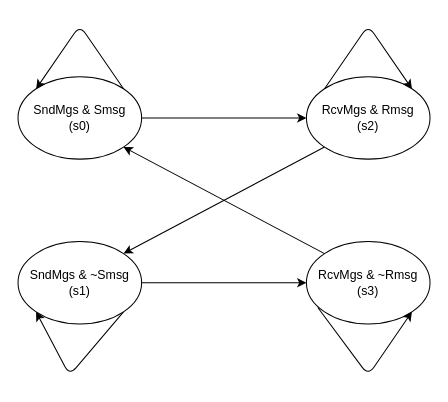
This is abp_state.drawio from bulletjet786/drawio, a draw.io file, before an edit. Source tidied: cells renumbered, new cells numbered last; positions are measured from the earlier drawing's top-left corner, leaving out a move shared by most shapes. Both pictures are drawn from the tidied source at 103%, with x=0, y=0 at pixel (18, 25).
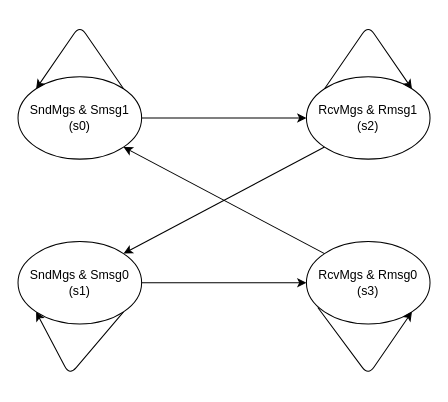
The same diagram, later.

The edit, as a diff of the source:
```diff
@@
 <mxGraphModel>
   <root>
     <mxCell id="0" />
     <mxCell id="1" parent="0" />
-    <mxCell id="2" value="&lt;span&gt;SndMgs &amp;amp; Smsg&lt;br&gt;(s0)&lt;br&gt;&lt;/span&gt;" style="ellipse;whiteSpace=wrap;html=1;" parent="1" vertex="1">
+    <mxCell id="2" value="&lt;span&gt;SndMgs &amp;amp; Smsg1&lt;br&gt;(s0)&lt;br&gt;&lt;/span&gt;" style="ellipse;whiteSpace=wrap;html=1;" parent="1" vertex="1">
       <mxGeometry y="50" width="120" height="80" as="geometry" />
     </mxCell>
-    <mxCell id="3" value="&lt;span&gt;RcvMgs &amp;amp; Rmsg&lt;br&gt;(s2)&lt;br&gt;&lt;/span&gt;" style="ellipse;whiteSpace=wrap;html=1;" parent="1" vertex="1">
+    <mxCell id="3" value="&lt;span&gt;RcvMgs &amp;amp; Rmsg1&lt;br&gt;(s2)&lt;br&gt;&lt;/span&gt;" style="ellipse;whiteSpace=wrap;html=1;" parent="1" vertex="1">
       <mxGeometry x="280" y="50" width="120" height="80" as="geometry" />
     </mxCell>
-    <mxCell id="4" value="&lt;span&gt;SndMgs &amp;amp; ~Smsg&lt;br&gt;(s1)&lt;br&gt;&lt;/span&gt;" style="ellipse;whiteSpace=wrap;html=1;" parent="1" vertex="1">
+    <mxCell id="4" value="&lt;span&gt;SndMgs &amp;amp; Smsg0&lt;br&gt;(s1)&lt;br&gt;&lt;/span&gt;" style="ellipse;whiteSpace=wrap;html=1;" parent="1" vertex="1">
       <mxGeometry y="210" width="120" height="80" as="geometry" />
     </mxCell>
-    <mxCell id="5" value="&lt;span&gt;RcvMgs &amp;amp; ~Rmsg&lt;br&gt;(s3)&lt;br&gt;&lt;/span&gt;" style="ellipse;whiteSpace=wrap;html=1;" parent="1" vertex="1">
+    <mxCell id="5" value="&lt;span&gt;RcvMgs &amp;amp; Rmsg0&lt;br&gt;(s3)&lt;br&gt;&lt;/span&gt;" style="ellipse;whiteSpace=wrap;html=1;" parent="1" vertex="1">
       <mxGeometry x="280" y="210" width="120" height="80" as="geometry" />
     </mxCell>
     <mxCell id="6" style="endArrow=classic;html=1;exitX=1;exitY=0.5;exitDx=0;exitDy=0;entryX=0;entryY=0.5;entryDx=0;entryDy=0;" parent="1" edge="1" source="2" target="3">
       <mxGeometry relative="1" as="geometry" />
     </mxCell>
     <mxCell id="7" style="endArrow=classic;html=1;exitX=0;exitY=1;exitDx=0;exitDy=0;entryX=1;entryY=0;entryDx=0;entryDy=0;" parent="1" edge="1" source="3" target="4">
       <mxGeometry relative="1" as="geometry" />
     </mxCell>
     <mxCell id="8" style="endArrow=classic;html=1;exitX=1;exitY=0.5;exitDx=0;exitDy=0;entryX=0;entryY=0.5;entryDx=0;entryDy=0;" parent="1" edge="1" source="4" target="5">
       <mxGeometry relative="1" as="geometry" />
     </mxCell>
     <mxCell id="9" style="endArrow=classic;html=1;exitX=0;exitY=0;exitDx=0;exitDy=0;entryX=1;entryY=1;entryDx=0;entryDy=0;" parent="1" edge="1" source="5" target="2">
       <mxGeometry relative="1" as="geometry" />
     </mxCell>
     <mxCell id="10" style="endArrow=classic;html=1;exitX=1;exitY=0;exitDx=0;exitDy=0;entryX=0;entryY=0;entryDx=0;entryDy=0;" parent="1" edge="1" source="2" target="2">
       <mxGeometry relative="1" as="geometry">
         <Array as="points">
           <mxPoint x="60" />
         </Array>
       </mxGeometry>
     </mxCell>
     <mxCell id="11" style="endArrow=classic;html=1;entryX=1;entryY=1;entryDx=0;entryDy=0;exitX=0.092;exitY=0.8;exitDx=0;exitDy=0;exitPerimeter=0;" parent="1" edge="1" source="5" target="5">
       <mxGeometry relative="1" as="geometry">
         <Array as="points">
           <mxPoint x="340" y="340" />
         </Array>
       </mxGeometry>
     </mxCell>
     <mxCell id="12" style="endArrow=classic;html=1;exitX=1;exitY=1;exitDx=0;exitDy=0;entryX=0;entryY=1;entryDx=0;entryDy=0;" parent="1" edge="1" source="4" target="4">
       <mxGeometry relative="1" as="geometry">
         <Array as="points">
           <mxPoint x="50" y="340" />
         </Array>
       </mxGeometry>
     </mxCell>
     <mxCell id="13" style="endArrow=classic;html=1;exitX=0;exitY=0;exitDx=0;exitDy=0;entryX=1;entryY=0;entryDx=0;entryDy=0;" parent="1" edge="1" source="3" target="3">
       <mxGeometry relative="1" as="geometry">
         <Array as="points">
           <mxPoint x="340" />
         </Array>
       </mxGeometry>
     </mxCell>
   </root>
 </mxGraphModel>
```
